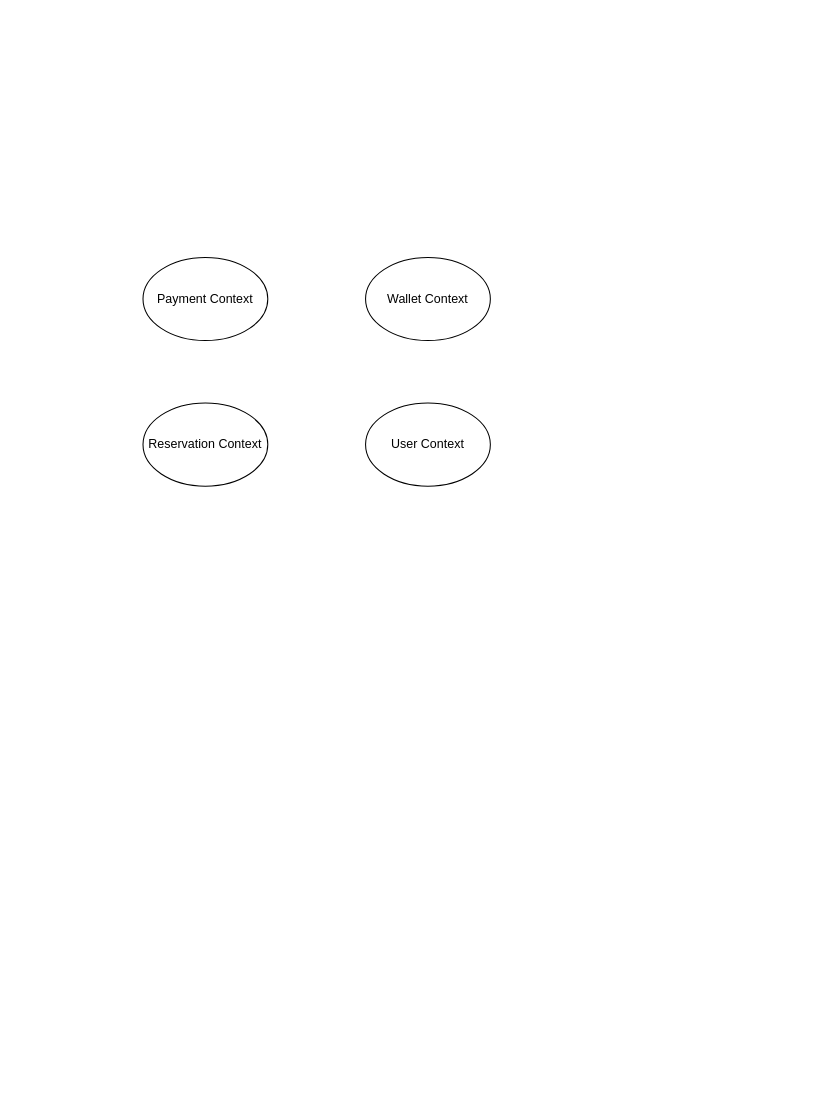
Before: src/main/resources/ contextMap.drawio in Scroude/xyz_hotel, a draw.io diagram. Source tidied: cells renumbered, new cells numbered last; positions are measured from the earlier drawing's top-left corner, leaving out a move shared by most shapes. Both pictures are drawn from the tidied source at 104%, with x=0, y=0 at pixel (142, 257).
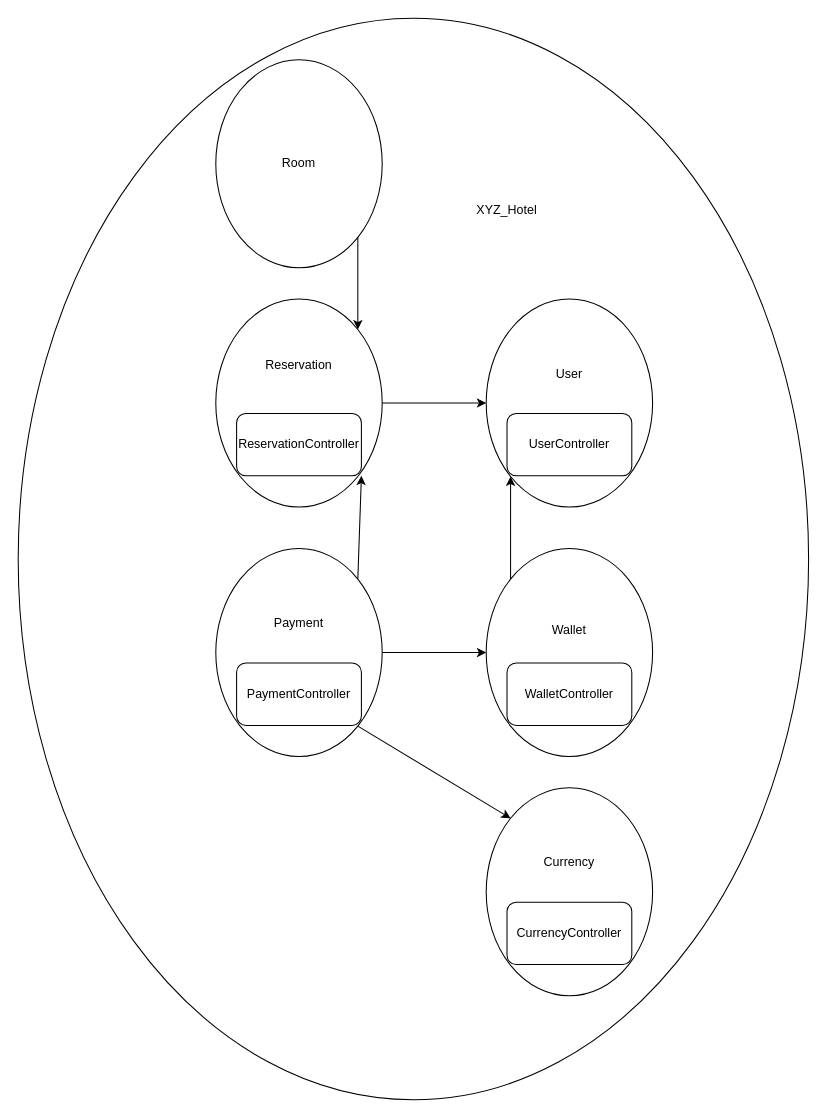
After the change.

Commit message (it also covers changes not shown here):
Mettre à jour  contextMap.drawio

The edit, as a diff of the source:
```diff
@@
-    <mxCell id="2" value="User Context" style="ellipse;whiteSpace=wrap;html=1;" parent="1" vertex="1">
-      <mxGeometry x="214" y="140" width="120" height="80" as="geometry" />
-    </mxCell>
-    <mxCell id="3" value="Wallet Context" style="ellipse;whiteSpace=wrap;html=1;" parent="1" vertex="1">
-      <mxGeometry x="214" width="120" height="80" as="geometry" />
-    </mxCell>
-    <mxCell id="4" value="Reservation Context" style="ellipse;whiteSpace=wrap;html=1;" parent="1" vertex="1">
-      <mxGeometry y="140" width="120" height="80" as="geometry" />
-    </mxCell>
-    <mxCell id="5" value="Payment Context" style="ellipse;whiteSpace=wrap;html=1;" parent="1" vertex="1">
-      <mxGeometry width="120" height="80" as="geometry" />
-    </mxCell>
+    <mxCell id="6" style="ellipse;whiteSpace=wrap;html=1;" parent="1" vertex="1">
+      <mxGeometry x="-120" y="-230" width="760" height="1040" as="geometry" />
+    </mxCell>
+    <mxCell id="7" value="XYZ_Hotel" style="text;html=1;strokeColor=none;fillColor=none;align=center;verticalAlign=middle;whiteSpace=wrap;rounded=0;" parent="1" vertex="1">
+      <mxGeometry x="320" y="-60" width="60" height="30" as="geometry" />
+    </mxCell>
+    <mxCell id="8" value="Reservation&lt;br&gt;&lt;br&gt;&lt;br&gt;&lt;br&gt;&lt;br&gt;&lt;br&gt;" style="ellipse;whiteSpace=wrap;html=1;" parent="1" vertex="1">
+      <mxGeometry x="70" y="40" width="160" height="200" as="geometry" />
+    </mxCell>
+    <mxCell id="9" value="ReservationController" style="rounded=1;whiteSpace=wrap;html=1;" parent="1" vertex="1">
+      <mxGeometry x="90" y="150" width="120" height="60" as="geometry" />
+    </mxCell>
+    <mxCell id="10" value="User&lt;br&gt;&lt;br&gt;&lt;br&gt;&lt;br&gt;&lt;br&gt;" style="ellipse;whiteSpace=wrap;html=1;" parent="1" vertex="1">
+      <mxGeometry x="330" y="40" width="160" height="200" as="geometry" />
+    </mxCell>
+    <mxCell id="11" value="UserController" style="rounded=1;whiteSpace=wrap;html=1;" parent="1" vertex="1">
+      <mxGeometry x="350" y="150" width="120" height="60" as="geometry" />
+    </mxCell>
+    <mxCell id="12" value="Payment&lt;br&gt;&lt;br&gt;&lt;br&gt;&lt;br&gt;&lt;br&gt;" style="ellipse;whiteSpace=wrap;html=1;" parent="1" vertex="1">
+      <mxGeometry x="70" y="280" width="160" height="200" as="geometry" />
+    </mxCell>
+    <mxCell id="13" value="PaymentController" style="rounded=1;whiteSpace=wrap;html=1;" parent="1" vertex="1">
+      <mxGeometry x="90" y="390" width="120" height="60" as="geometry" />
+    </mxCell>
+    <mxCell id="14" value="Wallet&lt;br&gt;&lt;br&gt;&lt;br&gt;&lt;br&gt;" style="ellipse;whiteSpace=wrap;html=1;" parent="1" vertex="1">
+      <mxGeometry x="330" y="280" width="160" height="200" as="geometry" />
+    </mxCell>
+    <mxCell id="15" value="WalletController" style="rounded=1;whiteSpace=wrap;html=1;" parent="1" vertex="1">
+      <mxGeometry x="350" y="390" width="120" height="60" as="geometry" />
+    </mxCell>
+    <mxCell id="16" value="Currency&lt;br&gt;&lt;br&gt;&lt;br&gt;&lt;br&gt;&lt;br&gt;" style="ellipse;whiteSpace=wrap;html=1;" parent="1" vertex="1">
+      <mxGeometry x="330" y="510" width="160" height="200" as="geometry" />
+    </mxCell>
+    <mxCell id="17" value="CurrencyController" style="rounded=1;whiteSpace=wrap;html=1;" parent="1" vertex="1">
+      <mxGeometry x="350" y="620" width="120" height="60" as="geometry" />
+    </mxCell>
+    <mxCell id="18" value="Room" style="ellipse;whiteSpace=wrap;html=1;" parent="1" vertex="1">
+      <mxGeometry x="70" y="-190" width="160" height="200" as="geometry" />
+    </mxCell>
+    <mxCell id="19" style="endArrow=classic;html=1;rounded=0;exitX=1;exitY=0.5;exitDx=0;exitDy=0;" parent="1" edge="1" source="8" target="10">
+      <mxGeometry relative="1" as="geometry" />
+    </mxCell>
+    <mxCell id="20" style="endArrow=classic;html=1;rounded=0;exitX=0;exitY=0;exitDx=0;exitDy=0;entryX=0;entryY=1;entryDx=0;entryDy=0;" parent="1" edge="1" source="14" target="10">
+      <mxGeometry relative="1" as="geometry" />
+    </mxCell>
+    <mxCell id="21" style="endArrow=classic;html=1;rounded=0;exitX=1;exitY=0.5;exitDx=0;exitDy=0;entryX=0;entryY=0.5;entryDx=0;entryDy=0;" parent="1" edge="1" source="12" target="14">
+      <mxGeometry relative="1" as="geometry" />
+    </mxCell>
+    <mxCell id="22" style="endArrow=classic;html=1;rounded=0;exitX=1;exitY=0;exitDx=0;exitDy=0;entryX=1;entryY=1;entryDx=0;entryDy=0;" parent="1" edge="1" source="12" target="9">
+      <mxGeometry relative="1" as="geometry" />
+    </mxCell>
+    <mxCell id="23" style="endArrow=classic;html=1;rounded=0;entryX=0;entryY=0;entryDx=0;entryDy=0;exitX=1;exitY=1;exitDx=0;exitDy=0;" parent="1" edge="1" source="12" target="16">
+      <mxGeometry relative="1" as="geometry" />
+    </mxCell>
+    <mxCell id="24" style="endArrow=classic;html=1;rounded=0;exitX=1;exitY=1;exitDx=0;exitDy=0;entryX=1;entryY=0;entryDx=0;entryDy=0;" parent="1" edge="1" source="18" target="8">
+      <mxGeometry relative="1" as="geometry" />
+    </mxCell>
```
